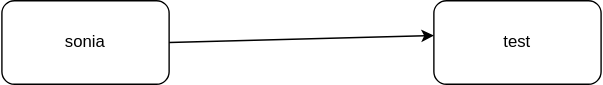
This is code/diagramexp39.drawio.svg from sonia-technicise/Sonia_Repo, a draw.io export, as it was before one commit. Source tidied: cells renumbered, new cells last; positions are measured from the earlier drawing's top-left corner, leaving out a move shared by most shapes.
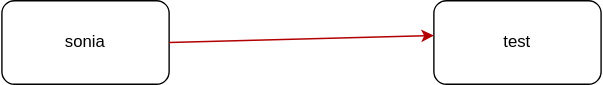
Later version of the same file.

The edit, as a diff of the source:
```diff
@@ -8,7 +8,7 @@
     <mxCell id="3" value="test" style="rounded=1;whiteSpace=wrap;html=1;" parent="1" vertex="1">
       <mxGeometry x="310" width="120" height="60" as="geometry" />
     </mxCell>
-    <mxCell id="4" style="endArrow=classic;html=1;rounded=0;exitX=1;exitY=0.5;exitDx=0;exitDy=0;" parent="1" edge="1" source="2">
+    <mxCell id="4" style="endArrow=classic;html=1;rounded=0;exitX=1;exitY=0.5;exitDx=0;exitDy=0;fillColor=#e51400;strokeColor=#B20000;" parent="1" edge="1" source="2">
       <mxGeometry relative="1" as="geometry">
         <mxPoint x="310" y="25" as="targetPoint" />
       </mxGeometry>
```
